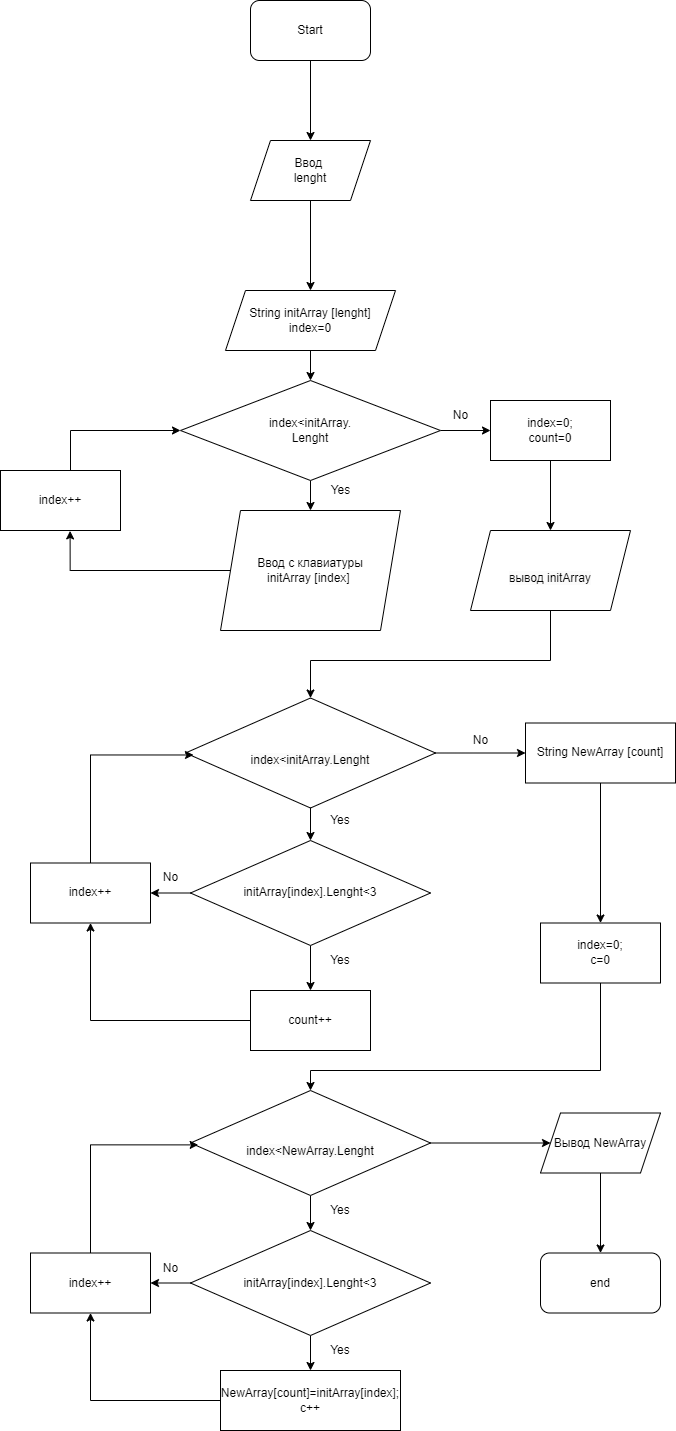
Earlier version of the draw.io export Диаграмма.drawio.png (Alex8806/FinalTask). Source tidied: cells renumbered, new cells last; positions are measured from the earlier drawing's top-left corner, leaving out a move shared by most shapes.
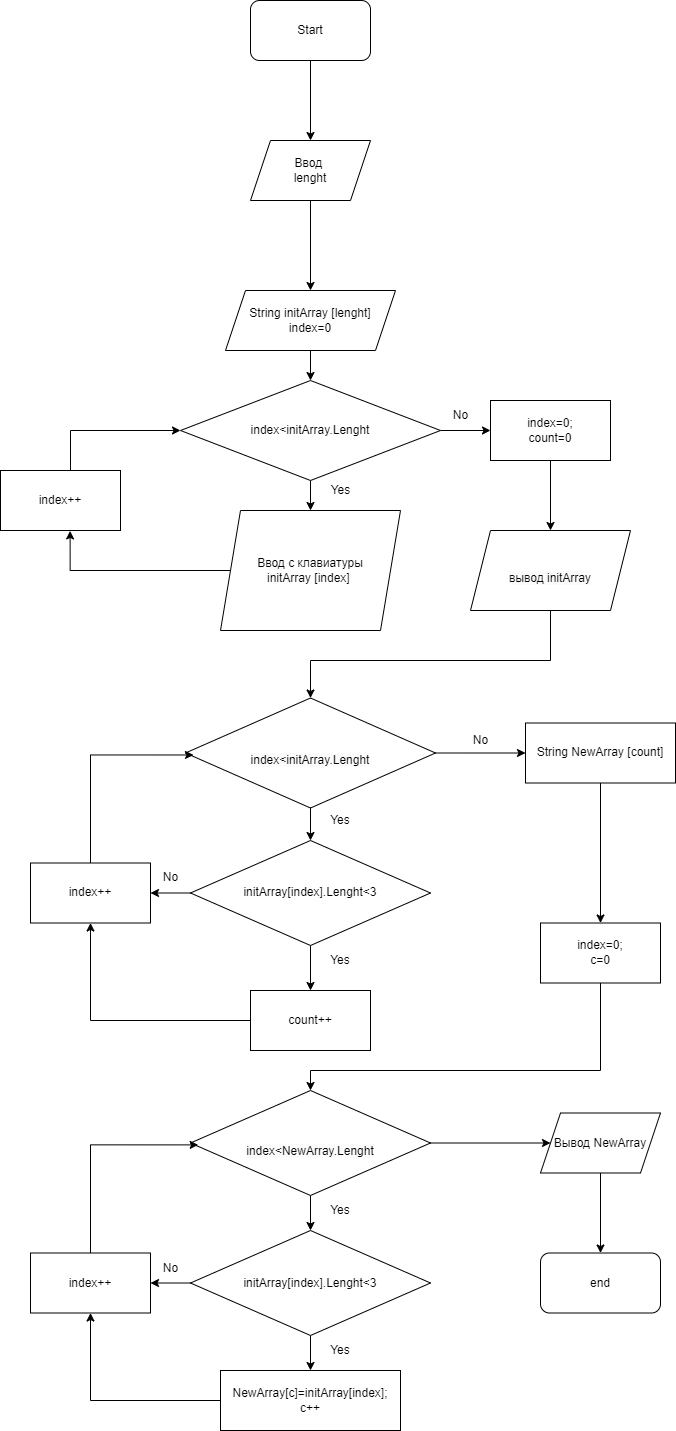
After the commit.

Commit message:
correction drawing

Change to the diagram source:
```diff
@@ -22,7 +22,7 @@
     <mxCell id="7" style="edgeStyle=orthogonalEdgeStyle;rounded=0;jettySize=auto;html=1;exitX=1;exitY=0.5;exitDx=0;exitDy=0;" parent="1" edge="1" source="8" target="16">
       <mxGeometry relative="1" as="geometry" />
     </mxCell>
-    <mxCell id="8" value="index&amp;lt;initArray.&lt;br&gt;Lenght" style="rhombus;whiteSpace=wrap;html=1;" parent="1" vertex="1">
+    <mxCell id="8" value="index&amp;lt;initArray.Lenght" style="rhombus;whiteSpace=wrap;html=1;" parent="1" vertex="1">
       <mxGeometry x="180" y="380" width="260" height="100" as="geometry" />
     </mxCell>
     <mxCell id="9" style="edgeStyle=orthogonalEdgeStyle;rounded=0;jettySize=auto;html=1;entryX=0.58;entryY=1.007;entryDx=0;entryDy=0;entryPerimeter=0;" parent="1" edge="1" source="10" target="12">
@@ -155,7 +155,7 @@
         <mxPoint x="90" y="1312.5" as="targetPoint" />
       </mxGeometry>
     </mxCell>
-    <mxCell id="44" value="NewArray[count]=initArray[index];&lt;br&gt;c++" style="rounded=0;whiteSpace=wrap;html=1;" parent="1" vertex="1">
+    <mxCell id="44" value="NewArray[c]=initArray[index];&lt;br&gt;c++" style="rounded=0;whiteSpace=wrap;html=1;" parent="1" vertex="1">
       <mxGeometry x="220" y="1370" width="180" height="60" as="geometry" />
     </mxCell>
     <mxCell id="45" value="index++" style="rounded=0;whiteSpace=wrap;html=1;" parent="1" vertex="1">
```
